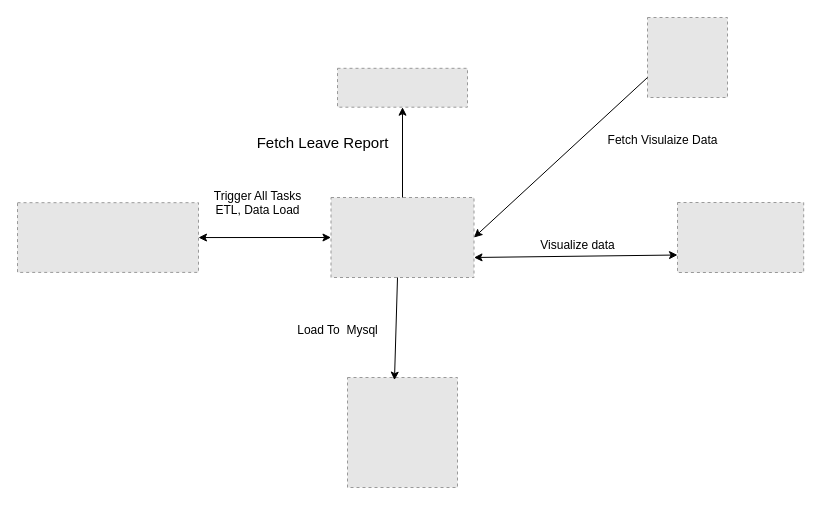
This is docs/C4 Diagrams/System(1).drawio from bibek1809/leave-visualize, a draw.io file, before an edit. Source tidied: cells renumbered, new cells numbered last; positions are measured from the earlier drawing's top-left corner, leaving out a move shared by most shapes. Both pictures are drawn from the tidied source at 100%, with x=0, y=0 at pixel (17, 17). Pictures stored in the file or linked from it are replaced by grey dashed boxes.
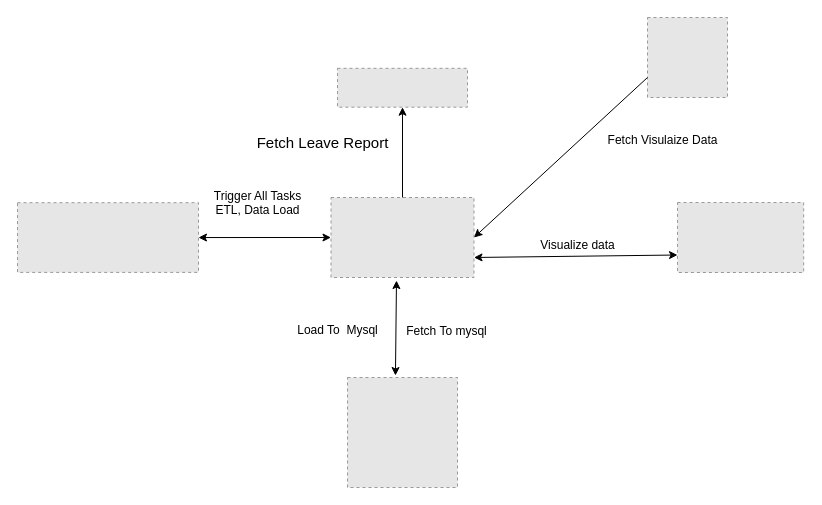
After the change.

What changed in the source:
```diff
@@
 <mxGraphModel>
   <root>
     <mxCell id="0" />
     <mxCell id="1" parent="0" />
     <mxCell id="2" style="fillColor=#E6E6E6;strokeColor=#999999;dashed=1;verticalLabelPosition=bottom;labelBackgroundColor=default;verticalAlign=top;" parent="1" vertex="1">
       <mxGeometry x="320" y="50.8" width="130" height="38.9" as="geometry" />
     </mxCell>
     <mxCell id="3" style="fillColor=#E6E6E6;strokeColor=#999999;dashed=1;verticalLabelPosition=bottom;labelBackgroundColor=default;verticalAlign=top;" parent="1" vertex="1">
       <mxGeometry x="313.5" y="180" width="143" height="80" as="geometry" />
     </mxCell>
     <mxCell id="4" style="fillColor=#E6E6E6;strokeColor=#999999;dashed=1;verticalLabelPosition=bottom;labelBackgroundColor=default;verticalAlign=top;" parent="1" vertex="1">
       <mxGeometry x="660" y="185" width="126.2" height="70" as="geometry" />
     </mxCell>
     <mxCell id="5" style="fillColor=#E6E6E6;strokeColor=#999999;dashed=1;verticalLabelPosition=bottom;labelBackgroundColor=default;verticalAlign=top;" parent="1" vertex="1">
       <mxGeometry x="330" y="360" width="110" height="110" as="geometry" />
     </mxCell>
     <mxCell id="6" style="fillColor=#E6E6E6;strokeColor=#999999;dashed=1;verticalLabelPosition=bottom;labelBackgroundColor=default;verticalAlign=top;" parent="1" vertex="1">
       <mxGeometry y="185.2" width="181" height="69.7" as="geometry" />
     </mxCell>
     <mxCell id="7" style="endArrow=classic;html=1;rounded=0;exitX=0.5;exitY=0;exitDx=0;exitDy=0;entryX=0.5;entryY=1;entryDx=0;entryDy=0;" parent="1" edge="1" source="3" target="2">
       <mxGeometry relative="1" as="geometry" />
     </mxCell>
     <mxCell id="8" style="fillColor=#E6E6E6;strokeColor=#999999;dashed=1;verticalLabelPosition=bottom;labelBackgroundColor=default;verticalAlign=top;" parent="1" vertex="1">
       <mxGeometry x="630" width="80" height="80" as="geometry" />
     </mxCell>
     <mxCell id="9" style="endArrow=classic;html=1;rounded=0;exitX=0;exitY=0.75;exitDx=0;exitDy=0;entryX=1;entryY=0.5;entryDx=0;entryDy=0;" parent="1" edge="1" source="8" target="3">
       <mxGeometry relative="1" as="geometry" />
     </mxCell>
     <mxCell id="10" style="endArrow=classic;startArrow=classic;html=1;rounded=0;exitX=1;exitY=0.75;exitDx=0;exitDy=0;entryX=0;entryY=0.75;entryDx=0;entryDy=0;" parent="1" edge="1" source="3" target="4">
       <mxGeometry relative="1" as="geometry" />
     </mxCell>
-    <mxCell id="11" style="endArrow=classic;html=1;rounded=0;entryX=0.427;entryY=0.024;entryDx=0;entryDy=0;entryPerimeter=0;" parent="1" edge="1" target="5">
-      <mxGeometry relative="1" as="geometry">
-        <mxPoint x="380" y="260" as="sourcePoint" />
-      </mxGeometry>
-    </mxCell>
     <mxCell id="12" value="&lt;font style=&quot;font-size: 15px;&quot;&gt;Fetch Leave Report&lt;br&gt;&lt;/font&gt;" style="text;html=1;align=center;verticalAlign=middle;strokeColor=none;fillColor=none;" parent="1" vertex="1">
       <mxGeometry x="230" y="110" width="150" height="30" as="geometry" />
     </mxCell>
     <mxCell id="13" value="Trigger All Tasks&lt;br&gt;&lt;div&gt;ETL, Data Load&lt;/div&gt;&lt;div&gt;&lt;br&gt;&lt;/div&gt;" style="text;html=1;align=center;verticalAlign=middle;strokeColor=none;fillColor=none;" parent="1" vertex="1">
       <mxGeometry x="185" y="163" width="110" height="60" as="geometry" />
     </mxCell>
     <mxCell id="14" value="&lt;div&gt;Fetch Visulaize Data&lt;/div&gt;&lt;div&gt;&lt;br&gt;&lt;/div&gt;" style="text;html=1;align=center;verticalAlign=middle;strokeColor=none;fillColor=none;" parent="1" vertex="1">
       <mxGeometry x="580" y="110" width="130" height="40" as="geometry" />
     </mxCell>
     <mxCell id="15" value="&lt;div&gt;Load To&amp;nbsp; Mysql&lt;/div&gt;&lt;div&gt;&lt;br&gt;&lt;/div&gt;" style="text;html=1;align=center;verticalAlign=middle;strokeColor=none;fillColor=none;" parent="1" vertex="1">
       <mxGeometry x="270" y="300" width="100" height="40" as="geometry" />
     </mxCell>
     <mxCell id="16" value="&lt;div&gt;Visualize data &lt;br&gt;&lt;/div&gt;&lt;div&gt;&lt;br&gt;&lt;/div&gt;" style="text;html=1;align=center;verticalAlign=middle;strokeColor=none;fillColor=none;" parent="1" vertex="1">
       <mxGeometry x="510" y="214.8" width="100" height="40" as="geometry" />
     </mxCell>
     <mxCell id="17" style="endArrow=classic;startArrow=classic;html=1;rounded=0;entryX=0;entryY=0.5;entryDx=0;entryDy=0;exitX=1;exitY=0.5;exitDx=0;exitDy=0;" parent="1" edge="1" source="6" target="3">
       <mxGeometry relative="1" as="geometry" />
     </mxCell>
+    <mxCell id="18" style="endArrow=classic;startArrow=classic;html=1;rounded=0;entryX=0.458;entryY=1.038;entryDx=0;entryDy=0;exitX=0.436;exitY=-0.018;exitDx=0;exitDy=0;entryPerimeter=0;exitPerimeter=0;" parent="1" edge="1" source="5" target="3">
+      <mxGeometry relative="1" as="geometry" />
+    </mxCell>
+    <mxCell id="19" value="&lt;div&gt;Fetch To mysql&lt;/div&gt;&lt;div&gt;&lt;br&gt;&lt;/div&gt;" style="text;html=1;align=center;verticalAlign=middle;strokeColor=none;fillColor=none;" parent="1" vertex="1">
+      <mxGeometry x="380" y="300" width="98" height="41" as="geometry" />
+    </mxCell>
   </root>
 </mxGraphModel>
```
